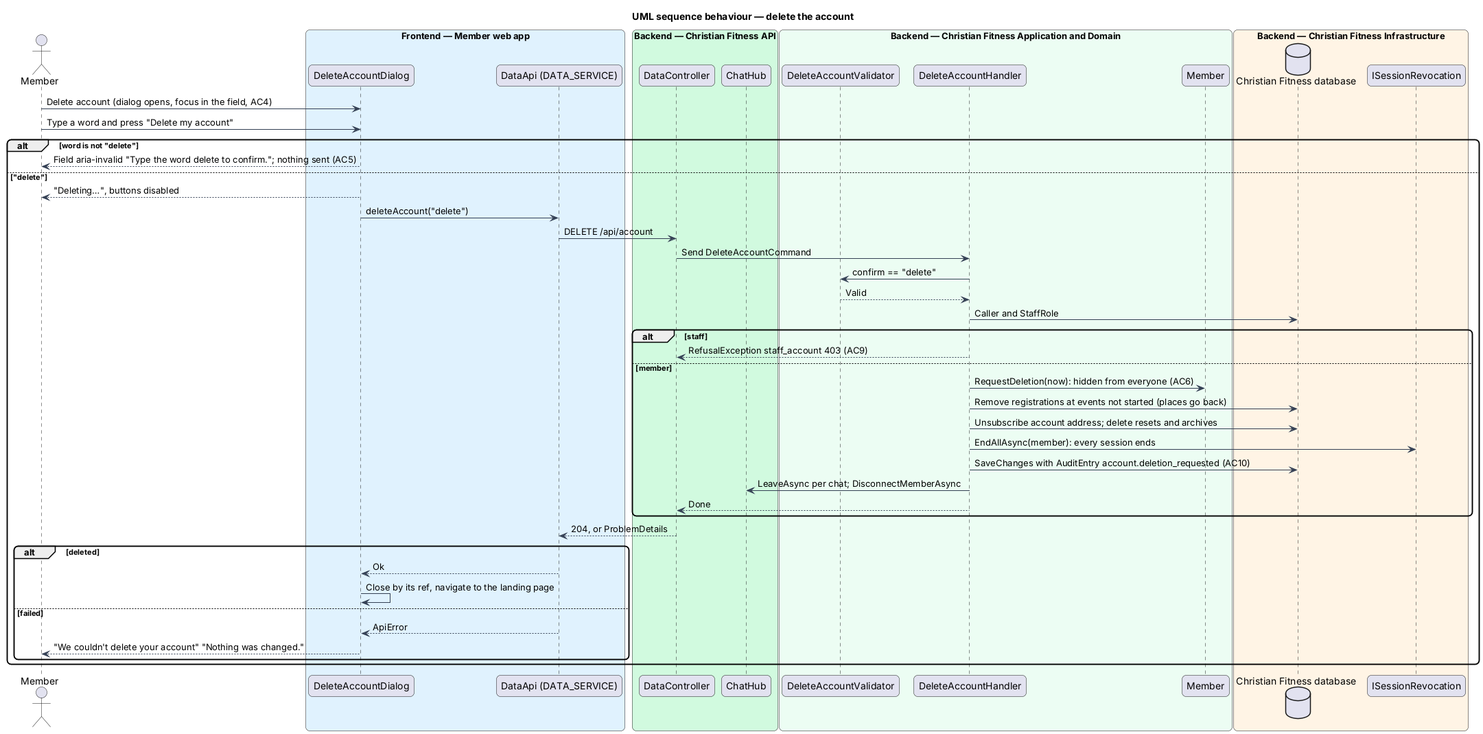
Before: docs/detailed-designs/preferences/download-and-delete-data/diagrams/sequence-delete.png, a diagram exported from PlantUML (QuinntyneBrown/christian-fitness). Source of this version:
```plantuml
@startuml
title UML sequence behaviour — delete the account
skinparam backgroundColor #FFFFFF
skinparam shadowing false
skinparam roundcorner 12
skinparam defaultFontName Arial
skinparam ArrowColor #344054
actor "Member" as actor
box "Frontend — Member web app" #E0F2FE
  participant "DeleteAccountDialog" as dlg
  participant "DataApi (DATA_SERVICE)" as client
end box
box "Backend — Christian Fitness API" #D1FADF
  participant "DataController" as ctrl
  participant "ChatHub" as hub
end box
box "Backend — Christian Fitness Application and Domain" #ECFDF3
  participant "DeleteAccountValidator" as val
  participant "DeleteAccountHandler" as h
  participant "Member" as m
end box
box "Backend — Christian Fitness Infrastructure" #FFF4E5
  database "Christian Fitness database" as db
  participant "ISessionRevocation" as rev
end box
actor -> dlg : Delete account (dialog opens, focus in the field, AC4)
actor -> dlg : Type a word and press "Delete my account"
alt word is not "delete"
  dlg --> actor : Field aria-invalid "Type the word delete to confirm."; nothing sent (AC5)
else "delete"
  dlg --> actor : "Deleting…", buttons disabled
  dlg -> client : deleteAccount("delete")
  client -> ctrl : DELETE /api/account
  ctrl -> h : Send DeleteAccountCommand
  h -> val : confirm == "delete"
  val --> h : Valid
  h -> db : Caller and StaffRole
  alt staff
    h --> ctrl : RefusalException staff_account 403 (AC9)
  else member
    h -> m : RequestDeletion(now): hidden from everyone (AC6)
    h -> db : Remove registrations at events not started (places go back)
    h -> db : Unsubscribe account address; delete resets and archives
    h -> rev : EndAllAsync(member): every session ends
    h -> db : SaveChanges with AuditEntry account.deletion_requested (AC10)
    h -> hub : LeaveAsync per chat; DisconnectMemberAsync
    h --> ctrl : Done
  end
  ctrl --> client : 204, or ProblemDetails
  alt deleted
    client --> dlg : Ok
    dlg -> dlg : Close by its ref, navigate to the landing page
  else failed
    client --> dlg : ApiError
    dlg --> actor : "We couldn't delete your account" "Nothing was changed."
  end
end
@enduml
```
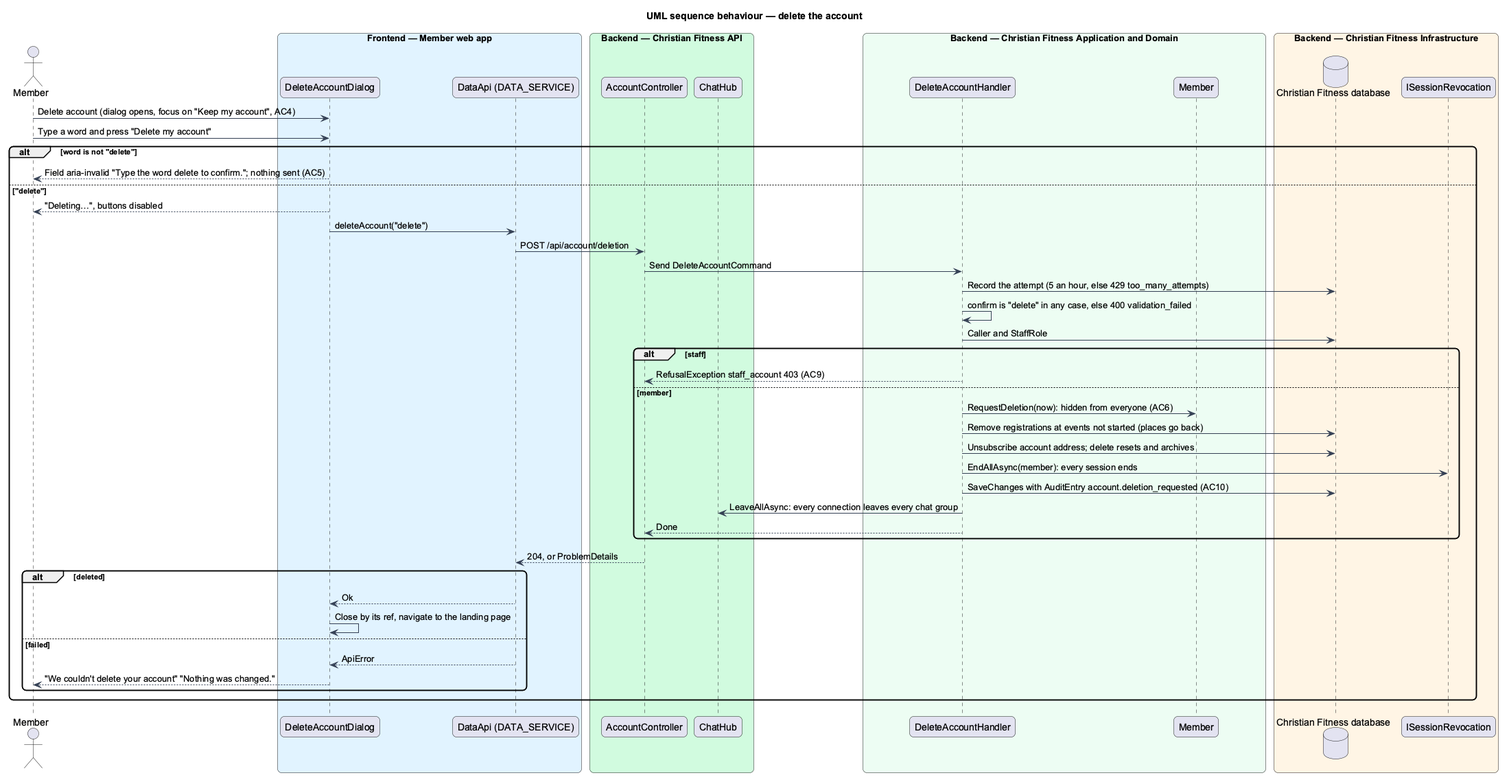
The same file after the commit.

Diff of the diagram source:
```diff
@@ -11,11 +11,10 @@
   participant "DataApi (DATA_SERVICE)" as client
 end box
 box "Backend — Christian Fitness API" #D1FADF
-  participant "DataController" as ctrl
+  participant "AccountController" as ctrl
   participant "ChatHub" as hub
 end box
 box "Backend — Christian Fitness Application and Domain" #ECFDF3
-  participant "DeleteAccountValidator" as val
   participant "DeleteAccountHandler" as h
   participant "Member" as m
 end box
@@ -23,17 +22,17 @@
   database "Christian Fitness database" as db
   participant "ISessionRevocation" as rev
 end box
-actor -> dlg : Delete account (dialog opens, focus in the field, AC4)
+actor -> dlg : Delete account (dialog opens, focus on "Keep my account", AC4)
 actor -> dlg : Type a word and press "Delete my account"
 alt word is not "delete"
   dlg --> actor : Field aria-invalid "Type the word delete to confirm."; nothing sent (AC5)
 else "delete"
   dlg --> actor : "Deleting…", buttons disabled
   dlg -> client : deleteAccount("delete")
-  client -> ctrl : DELETE /api/account
+  client -> ctrl : POST /api/account/deletion
   ctrl -> h : Send DeleteAccountCommand
-  h -> val : confirm == "delete"
-  val --> h : Valid
+  h -> db : Record the attempt (5 an hour, else 429 too_many_attempts)
+  h -> h : confirm is "delete" in any case, else 400 validation_failed
   h -> db : Caller and StaffRole
   alt staff
     h --> ctrl : RefusalException staff_account 403 (AC9)
@@ -43,7 +42,7 @@
     h -> db : Unsubscribe account address; delete resets and archives
     h -> rev : EndAllAsync(member): every session ends
     h -> db : SaveChanges with AuditEntry account.deletion_requested (AC10)
-    h -> hub : LeaveAsync per chat; DisconnectMemberAsync
+    h -> hub : LeaveAllAsync: every connection leaves every chat group
     h --> ctrl : Done
   end
   ctrl --> client : 204, or ProblemDetails
```
